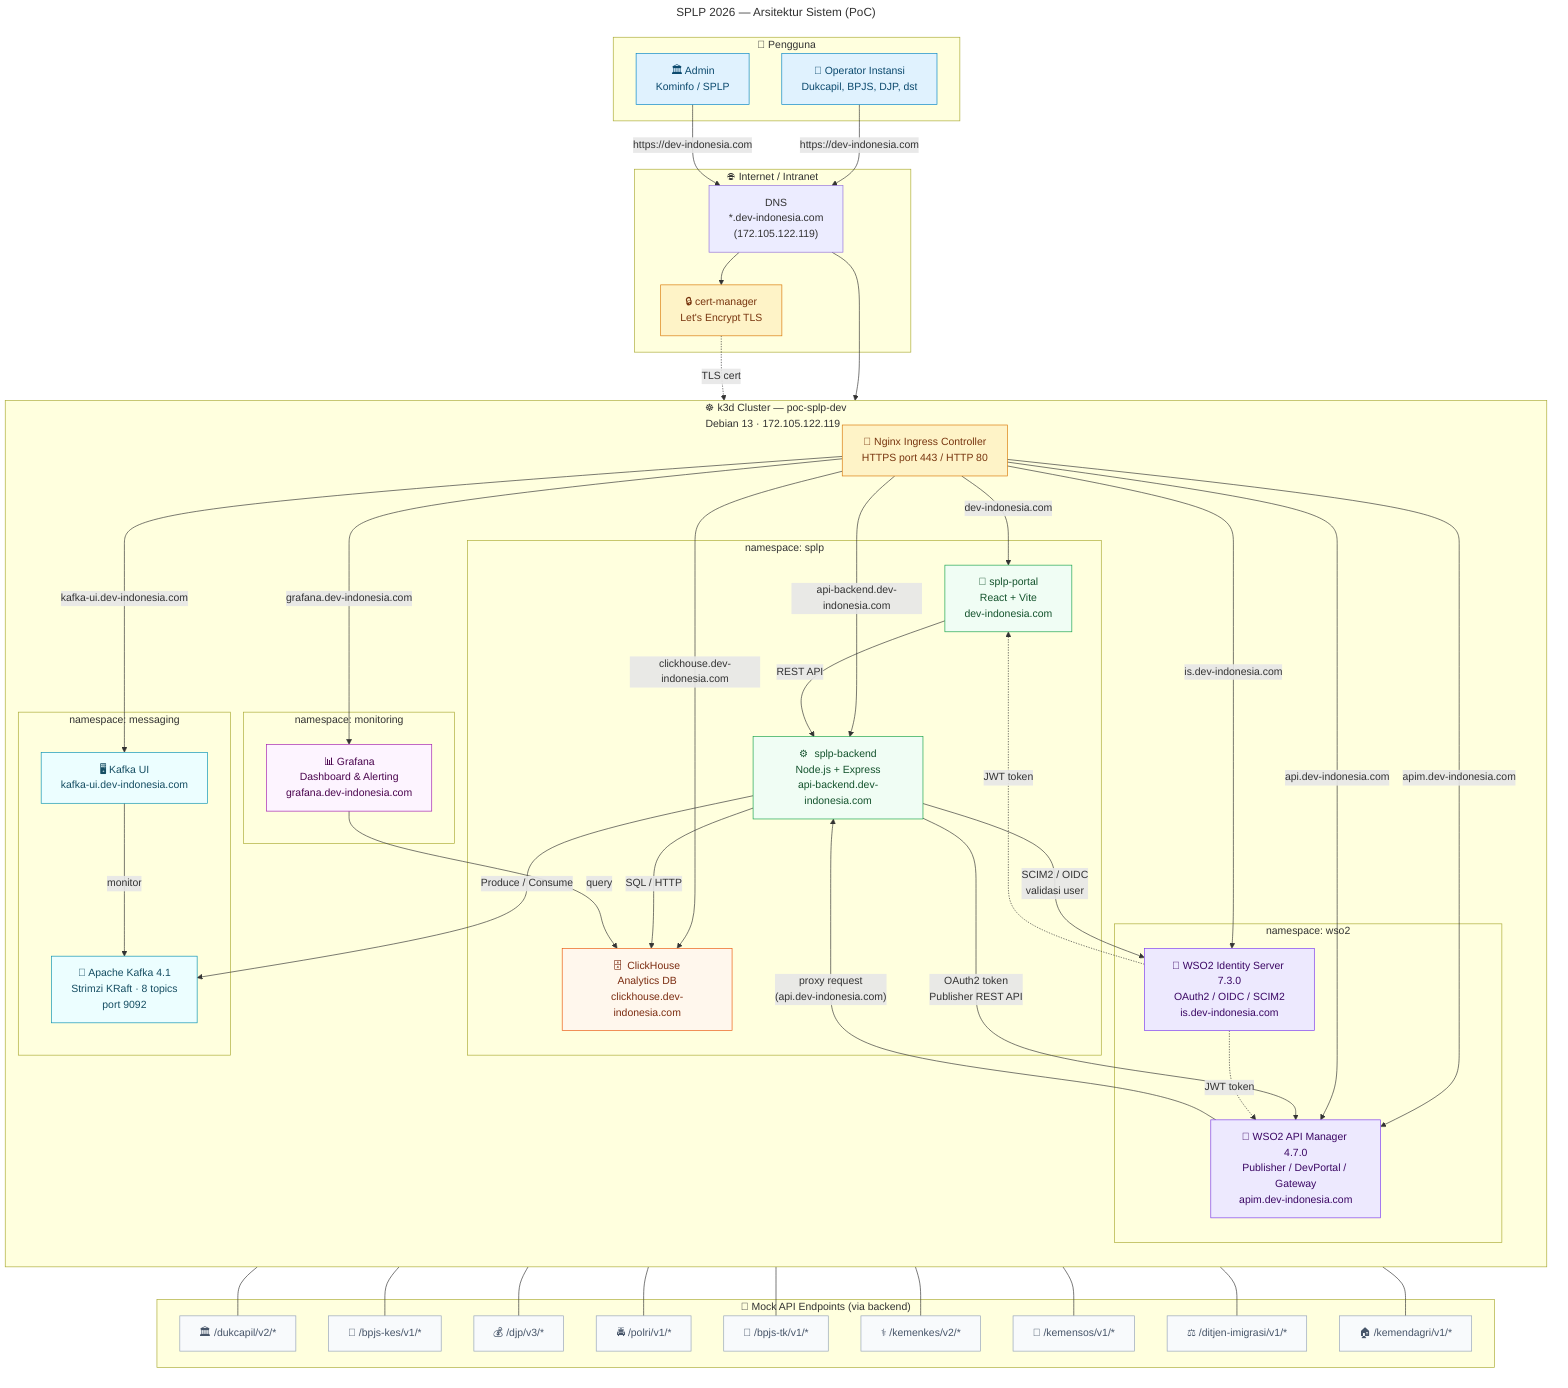
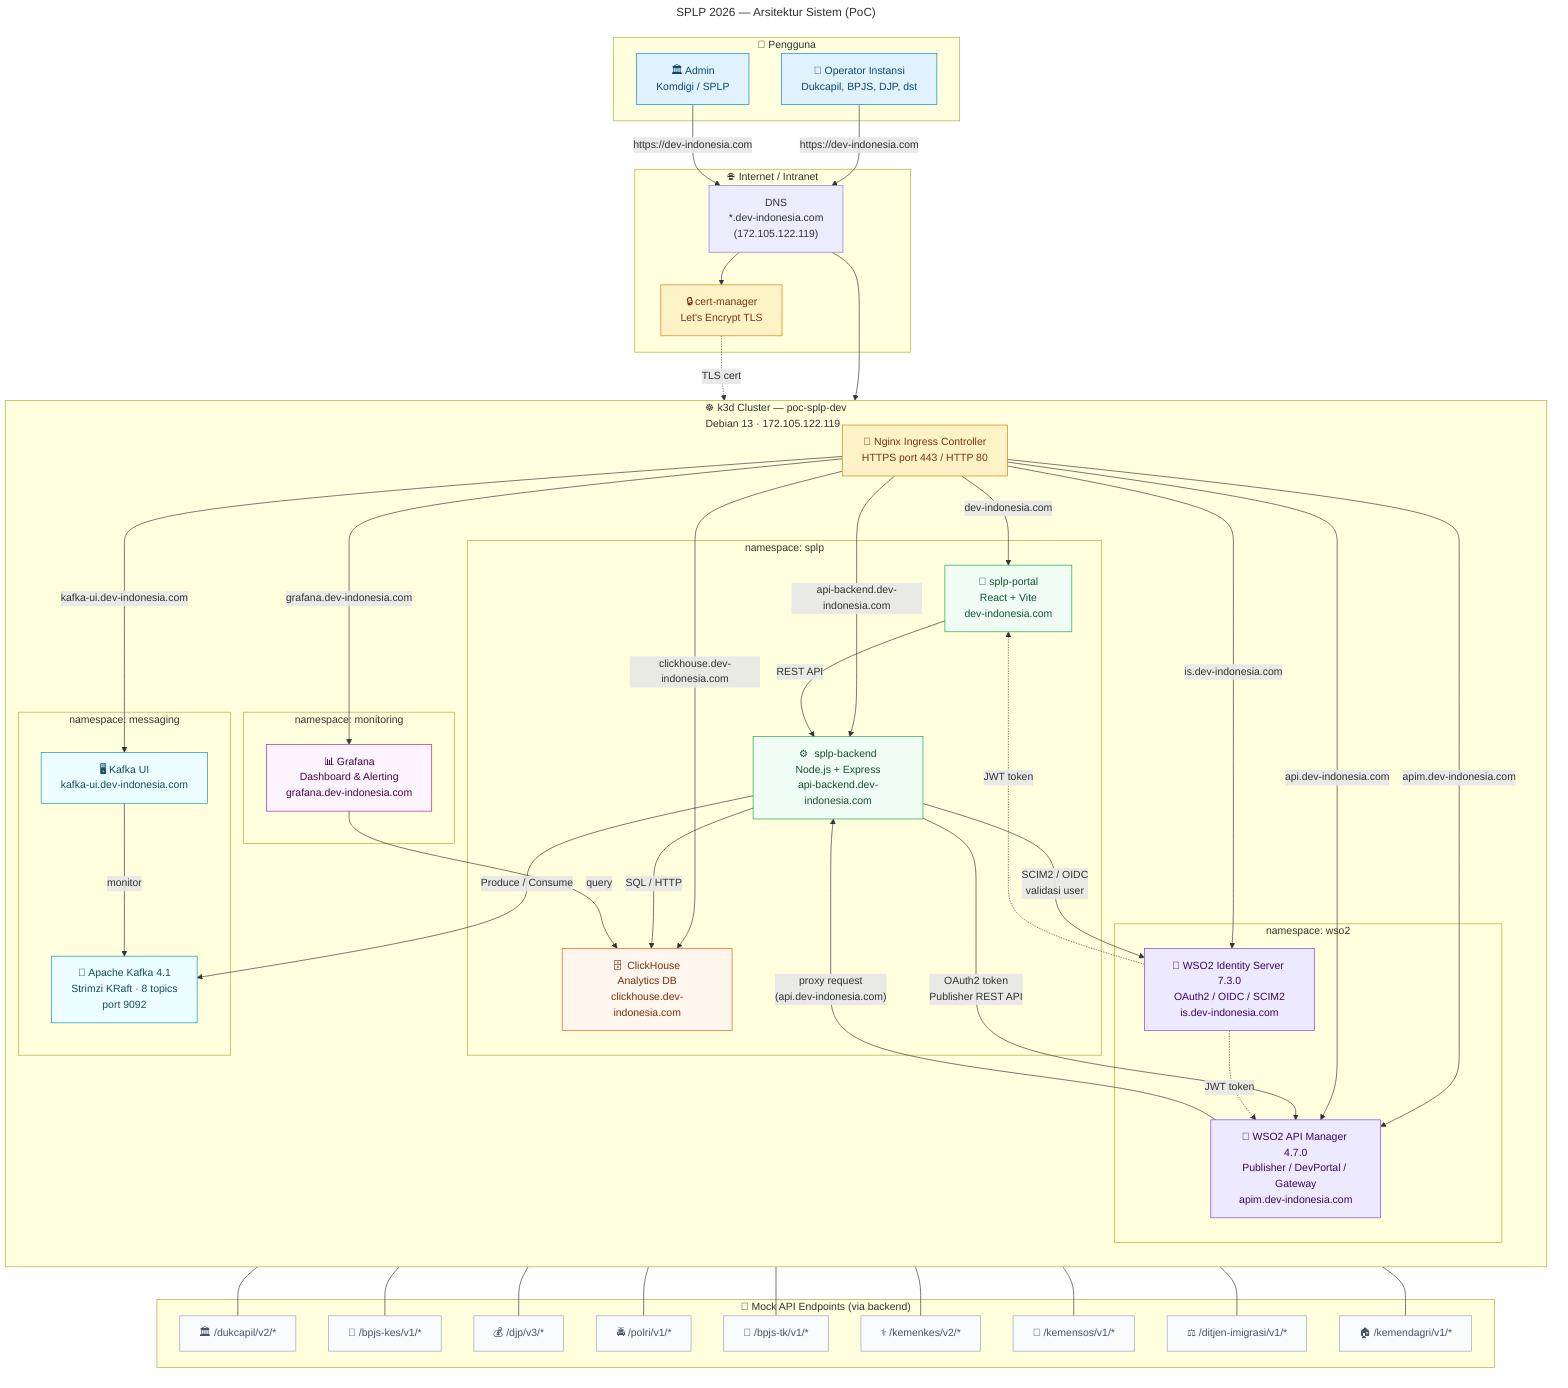
---
title: SPLP 2026 — Arsitektur Sistem (PoC)
---

flowchart TB
    subgraph USERS["👥 Pengguna"]
-         UA["🏛️ Admin\nKominfo / SPLP"]
+         UA["🏛️ Admin\nKomdigi / SPLP"]
        UB["🏢 Operator Instansi\nDukcapil, BPJS, DJP, dst"]
    end

    subgraph INTERNET["🌐 Internet / Intranet"]
        DNS["DNS\n*.dev-indonesia.com\n(172.105.122.119)"]
        CERTMGR["🔒 cert-manager\nLet's Encrypt TLS"]
    end

    subgraph K3D["☸️  k3d Cluster — poc-splp-dev\nDebian 13 · 172.105.122.119"]
        direction TB

        NGINX["🔀 Nginx Ingress Controller\nHTTPS port 443 / HTTP 80"]

        subgraph NS_SPLP["namespace: splp"]
            PORTAL["📱 splp-portal\nReact + Vite\ndev-indonesia.com"]
            BACKEND["⚙️  splp-backend\nNode.js + Express\napi-backend.dev-indonesia.com"]
            CH["🗄️  ClickHouse\nAnalytics DB\nclickhouse.dev-indonesia.com"]
        end

        subgraph NS_WSO2["namespace: wso2"]
            APIM["🔌 WSO2 API Manager 4.7.0\nPublisher / DevPortal / Gateway\napim.dev-indonesia.com"]
            IS["🔐 WSO2 Identity Server 7.3.0\nOAuth2 / OIDC / SCIM2\nis.dev-indonesia.com"]
        end

        subgraph NS_MON["namespace: monitoring"]
            GRAFANA["📊 Grafana\nDashboard & Alerting\ngrafana.dev-indonesia.com"]
        end

        subgraph NS_KAFKA["namespace: messaging"]
            KAFKA["📨 Apache Kafka 4.1\nStrimzi KRaft · 8 topics\nport 9092"]
            KAFKAUI["🖥️  Kafka UI\nkafka-ui.dev-indonesia.com"]
        end
    end

    subgraph MOCK["🧪 Mock API Endpoints (via backend)"]
        M1["🏛️ /dukcapil/v2/*"]
        M2["🏥 /bpjs-kes/v1/*"]
        M3["💰 /djp/v3/*"]
        M4["🚔 /polri/v1/*"]
        M5["👷 /bpjs-tk/v1/*"]
        M6["⚕️  /kemenkes/v2/*"]
        M7["🤝 /kemensos/v1/*"]
        M8["⚖️  /ditjen-imigrasi/v1/*"]
        M9["🏠 /kemendagri/v1/*"]
    end

    %% User → Ingress
    UA -->|"https://dev-indonesia.com"| DNS
    UB -->|"https://dev-indonesia.com"| DNS
    DNS --> CERTMGR
    CERTMGR -.->|"TLS cert"| NGINX
    DNS --> NGINX

    %% Ingress routing
    NGINX -->|"dev-indonesia.com"| PORTAL
    NGINX -->|"api-backend.dev-indonesia.com"| BACKEND
    NGINX -->|"apim.dev-indonesia.com"| APIM
    NGINX -->|"api.dev-indonesia.com"| APIM
    NGINX -->|"is.dev-indonesia.com"| IS
    NGINX -->|"grafana.dev-indonesia.com"| GRAFANA
    NGINX -->|"clickhouse.dev-indonesia.com"| CH
    NGINX -->|"kafka-ui.dev-indonesia.com"| KAFKAUI

    %% Portal → Backend
    PORTAL -->|"REST API"| BACKEND

    %% Backend → WSO2
    BACKEND -->|"OAuth2 token\nPublisher REST API"| APIM
    BACKEND -->|"SCIM2 / OIDC\nvalidasi user"| IS

    %% Backend → Data
    BACKEND -->|"SQL / HTTP"| CH
    BACKEND -->|"Produce / Consume"| KAFKA

    %% APIM → Mock endpoints
    APIM -->|"proxy request\n(api.dev-indonesia.com)"| BACKEND
    BACKEND --- M1 & M2 & M3 & M4 & M5 & M6 & M7 & M8 & M9

    %% Monitoring
    GRAFANA -->|"query"| CH
    KAFKAUI -->|"monitor"| KAFKA

    %% Auth flow
    IS -.->|"JWT token"| PORTAL
    IS -.->|"JWT token"| APIM

    %% Styling
    classDef user      fill:#e0f2fe,stroke:#0284c7,color:#0c4a6e
    classDef ingress   fill:#fef3c7,stroke:#d97706,color:#78350f
    classDef app       fill:#f0fdf4,stroke:#16a34a,color:#14532d
    classDef wso2      fill:#ede9fe,stroke:#7c3aed,color:#3b0764
    classDef data      fill:#fff7ed,stroke:#ea580c,color:#7c2d12
    classDef monitor   fill:#fdf4ff,stroke:#a21caf,color:#4a044e
    classDef kafka     fill:#ecfeff,stroke:#0891b2,color:#164e63
    classDef mock      fill:#f8fafc,stroke:#94a3b8,color:#475569

    class UA,UB user
    class NGINX ingress
    class PORTAL,BACKEND app
    class APIM,IS wso2
    class CH data
    class GRAFANA monitor
    class KAFKA,KAFKAUI kafka
    class M1,M2,M3,M4,M5,M6,M7,M8,M9 mock
    class CERTMGR ingress
